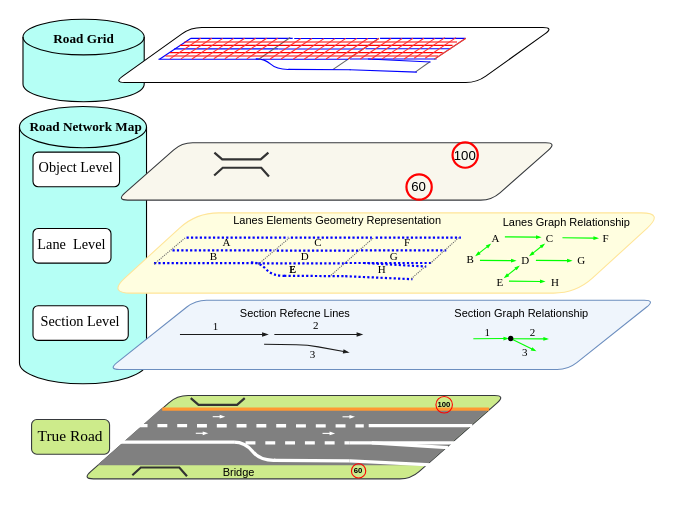
LimingGao/draw_io keeps this draw.io diagram as road_map.drawio. Above is the earlier version. Source tidied: cells renumbered, new cells numbered last; positions are measured from the earlier drawing's top-left corner, leaving out a move shared by most shapes. Both pictures are drawn from the tidied source at 110%, with x=0, y=0 at pixel (19, 19).
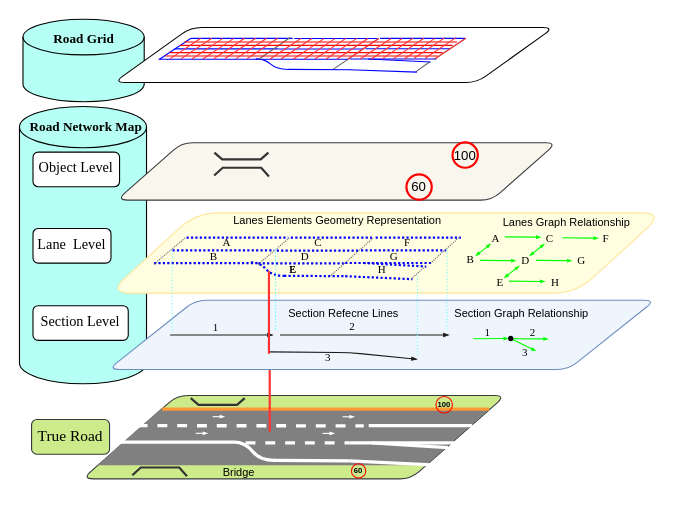
Above is the later version.

The change refers to these unchanged cells:
```xml
<mxCell id="36" style="group;" parent="1" vertex="1">
  <mxGeometry x="18" y="347" width="425.2" height="84" as="geometry" />
</mxCell>
<mxCell id="59" style="shape=parallelogram;perimeter=parallelogramPerimeter;whiteSpace=wrap;fixedSize=1;fontFamily=Times New Roman;size=79.17800000000003;labelBorderColor=none;strokeColor=#6c8ebf;fillColor=#EFF5FC;rounded=1;" parent="1" vertex="1">
  <mxGeometry x="81" y="255.4" width="497.2" height="63" as="geometry" />
</mxCell>
```

Change to the diagram source:
```diff
@@
+    <mxCell id="151" style="line;strokeWidth=2;direction=south;html=1;rounded=1;shadow=0;labelBackgroundColor=none;sketch=0;fontFamily=Helvetica;fontSize=13;align=center;fillColor=none;strokeColor=#FF3333;" parent="36" vertex="1">
+      <mxGeometry x="204.7" y="-47.2" width="10" height="75.1" as="geometry" />
+    </mxCell>
@@
-    <mxCell id="60" style="endArrow=blockThin;fontSize=14;strokeWidth=1;endFill=1;strokeColor=#1A1A1A;endSize=3;" parent="1" edge="1">
-      <mxGeometry relative="1" as="geometry">
-        <mxPoint x="231.9" y="286.6" as="sourcePoint" />
-        <mxPoint x="312.3" y="286.6" as="targetPoint" />
-      </mxGeometry>
-    </mxCell>
-    <mxCell id="61" style="endArrow=blockThin;fontSize=14;strokeColor=#1A1A1A;strokeWidth=1;endFill=1;exitX=0.365;exitY=0.505;exitDx=0;exitDy=0;exitPerimeter=0;endSize=3;" parent="1" edge="1">
+    <mxCell id="61" style="endArrow=blockThin;fontSize=14;strokeColor=#1A1A1A;strokeWidth=1;endFill=1;exitX=0.365;exitY=0.505;exitDx=0;exitDy=0;exitPerimeter=0;endSize=3;entryX=0.565;entryY=0.852;entryDx=0;entryDy=0;entryPerimeter=0;" parent="1" edge="1" target="59">
       <mxGeometry relative="1" as="geometry">
-        <mxPoint x="222.6" y="295.5" as="sourcePoint" />
-        <mxPoint x="300" y="303" as="targetPoint" />
+        <mxPoint x="226.4" y="302.4" as="sourcePoint" />
         <Array as="points">
-          <mxPoint x="262" y="296" />
+          <mxPoint x="300" y="303" />
         </Array>
       </mxGeometry>
     </mxCell>
@@
     <mxCell id="135" value="&lt;span style=&quot;font-family: &amp;#34;times new roman&amp;#34; ; font-size: 10px ; font-style: normal ; font-weight: 400 ; letter-spacing: normal ; text-indent: 0px ; text-transform: none ; word-spacing: 0px ; display: inline ; float: none&quot;&gt;1&lt;/span&gt;" style="text;whiteSpace=wrap;html=1;fontSize=13;fontFamily=Times New Roman;align=center;verticalAlign=middle;labelBackgroundColor=none;" parent="1" vertex="1">
-      <mxGeometry x="170.7" y="272.9" width="16.3" height="10.2" as="geometry" />
+      <mxGeometry x="171" y="274" width="16.3" height="10.2" as="geometry" />
     </mxCell>
-    <mxCell id="136" value="&lt;span style=&quot;font-family: &amp;#34;times new roman&amp;#34; ; font-size: 10px ; font-style: normal ; font-weight: 400 ; letter-spacing: normal ; text-indent: 0px ; text-transform: none ; word-spacing: 0px ; display: inline ; float: none&quot;&gt;2&lt;/span&gt;" style="text;whiteSpace=wrap;html=1;fontSize=13;fontFamily=Times New Roman;align=center;verticalAlign=middle;labelBackgroundColor=none;" parent="1" vertex="1">
-      <mxGeometry x="261.7" y="272.1" width="16.3" height="10.2" as="geometry" />
-    </mxCell>
-    <mxCell id="137" value="&lt;span style=&quot;font-family: &amp;#34;times new roman&amp;#34; ; font-size: 10px ; font-style: normal ; font-weight: 400 ; letter-spacing: normal ; text-indent: 0px ; text-transform: none ; word-spacing: 0px ; display: inline ; float: none&quot;&gt;3&lt;/span&gt;" style="text;whiteSpace=wrap;html=1;fontSize=13;fontFamily=Times New Roman;align=center;verticalAlign=middle;labelBackgroundColor=none;" parent="1" vertex="1">
-      <mxGeometry x="259.3" y="298.1" width="16.3" height="10.2" as="geometry" />
-    </mxCell>
@@
     <mxCell id="147" style="endArrow=blockThin;fontSize=14;strokeWidth=1;endFill=1;strokeColor=#1A1A1A;endSize=3;" parent="1" edge="1">
       <mxGeometry relative="1" as="geometry">
-        <mxPoint x="146.1" y="286.6" as="sourcePoint" />
-        <mxPoint x="226.4" y="286.6" as="targetPoint" />
+        <mxPoint x="137.2" y="287" as="sourcePoint" />
+        <mxPoint x="231" y="287" as="targetPoint" />
       </mxGeometry>
     </mxCell>
@@
     <mxCell id="149" value="Section Refecne Lines " style="text;whiteSpace=wrap;fontSize=10;" parent="1" vertex="1">
-      <mxGeometry x="199.4" y="254.5" width="121.3" height="23.6" as="geometry" />
+      <mxGeometry x="242.5" y="254.7" width="121.3" height="23.6" as="geometry" />
     </mxCell>
@@
+    <mxCell id="136" value="&lt;span style=&quot;font-family: &amp;#34;times new roman&amp;#34; ; font-size: 10px ; font-style: normal ; font-weight: 400 ; letter-spacing: normal ; text-indent: 0px ; text-transform: none ; word-spacing: 0px ; display: inline ; float: none&quot;&gt;2&lt;/span&gt;" style="text;whiteSpace=wrap;html=1;fontSize=13;fontFamily=Times New Roman;align=center;verticalAlign=middle;labelBackgroundColor=none;" parent="1" vertex="1">
+      <mxGeometry x="295" y="273" width="16.3" height="10.2" as="geometry" />
+    </mxCell>
+    <mxCell id="137" value="&lt;span style=&quot;font-family: &amp;#34;times new roman&amp;#34; ; font-size: 10px ; font-style: normal ; font-weight: 400 ; letter-spacing: normal ; text-indent: 0px ; text-transform: none ; word-spacing: 0px ; display: inline ; float: none&quot;&gt;3&lt;/span&gt;" style="text;whiteSpace=wrap;html=1;fontSize=13;fontFamily=Times New Roman;align=center;verticalAlign=middle;labelBackgroundColor=none;" parent="1" vertex="1">
+      <mxGeometry x="273" y="301" width="16.3" height="10.2" as="geometry" />
+    </mxCell>
+    <mxCell id="152" style="endArrow=blockThin;fontSize=14;strokeWidth=1;endFill=1;strokeColor=#1A1A1A;endSize=3;" parent="1" edge="1">
+      <mxGeometry relative="1" as="geometry">
+        <mxPoint x="237" y="287" as="sourcePoint" />
+        <mxPoint x="391" y="287" as="targetPoint" />
+      </mxGeometry>
+    </mxCell>
+    <mxCell id="153" style="line;strokeWidth=1;direction=south;html=1;rounded=1;shadow=0;labelBackgroundColor=none;sketch=0;fontFamily=Helvetica;fontSize=13;align=center;dashed=1;dashPattern=1 2;fillColor=none;strokeColor=#66FFFF;" parent="1" vertex="1">
+      <mxGeometry x="383.9" y="209.1" width="10" height="75.1" as="geometry" />
+    </mxCell>
+    <mxCell id="154" style="line;strokeWidth=1;direction=south;html=1;rounded=1;shadow=0;labelBackgroundColor=none;sketch=0;fontFamily=Helvetica;fontSize=13;align=center;dashed=1;dashPattern=1 2;fillColor=none;strokeColor=#66FFFF;" parent="1" vertex="1">
+      <mxGeometry x="228" y="209" width="10" height="75.1" as="geometry" />
+    </mxCell>
+    <mxCell id="155" style="line;strokeWidth=1;direction=south;html=1;rounded=1;shadow=0;labelBackgroundColor=none;sketch=0;fontFamily=Helvetica;fontSize=13;align=center;dashed=1;dashPattern=1 2;fillColor=none;strokeColor=#66FFFF;" parent="1" vertex="1">
+      <mxGeometry x="357" y="233" width="10" height="75.1" as="geometry" />
+    </mxCell>
+    <mxCell id="156" style="line;strokeWidth=1;direction=south;html=1;rounded=1;shadow=0;labelBackgroundColor=none;sketch=0;fontFamily=Helvetica;fontSize=13;align=center;dashed=1;dashPattern=1 2;fillColor=none;strokeColor=#66FFFF;" parent="1" vertex="1">
+      <mxGeometry x="222" y="229" width="10" height="75.1" as="geometry" />
+    </mxCell>
+    <mxCell id="157" style="line;strokeWidth=1;direction=south;html=1;rounded=1;shadow=0;labelBackgroundColor=none;sketch=0;fontFamily=Helvetica;fontSize=13;align=center;dashed=1;dashPattern=1 2;fillColor=none;strokeColor=#66FFFF;" parent="1" vertex="1">
+      <mxGeometry x="228" y="209" width="10" height="75.1" as="geometry" />
+    </mxCell>
+    <mxCell id="158" style="line;strokeWidth=1;direction=south;html=1;rounded=1;shadow=0;labelBackgroundColor=none;sketch=0;fontFamily=Helvetica;fontSize=13;align=center;dashed=1;dashPattern=1 2;fillColor=none;strokeColor=#66FFFF;" parent="1" vertex="1">
+      <mxGeometry x="134" y="210" width="10" height="75.1" as="geometry" />
+    </mxCell>
+    <mxCell id="159" style="line;strokeWidth=2;direction=south;html=1;rounded=1;shadow=0;labelBackgroundColor=none;sketch=0;fontFamily=Helvetica;fontSize=13;align=center;fillColor=none;strokeColor=#FF3333;" parent="1" vertex="1">
+      <mxGeometry x="222" y="229" width="10" height="75.1" as="geometry" />
+    </mxCell>
```
